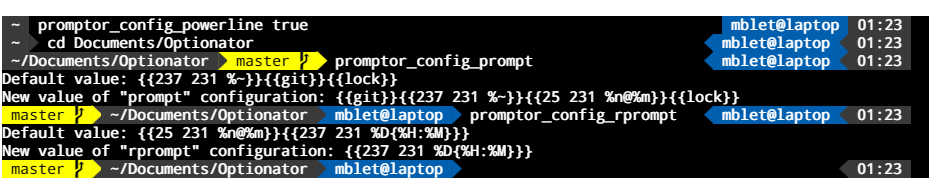
MickaelBlet/Promptor keeps this draw.io diagram as images/promptor.drawio.png. Above is the earlier version. Source tidied: cells renumbered, new cells last; positions are measured from the earlier drawing's top-left corner, leaving out a move shared by most shapes.
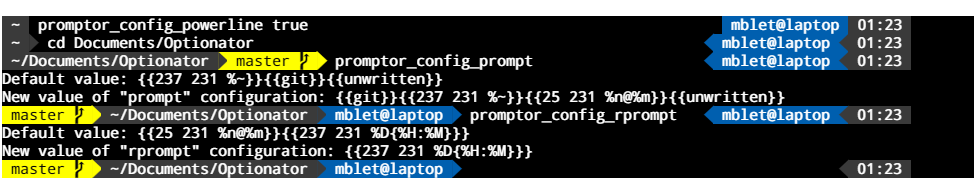
The same file after the commit.

Diff of the diagram source:
```diff
@@ -2,7 +2,7 @@
   <root>
     <mxCell id="0" />
     <mxCell id="1" parent="0" />
-    <mxCell id="2" value="&lt;pre style=&quot;font-size: 15px ; font-size: 15px ; font-family: &amp;#34;droid sans mono for powerline&amp;#34;&quot;&gt;&lt;div style=&quot;font-size: 15px ; background-color: rgb(0 , 0 , 0)&quot;&gt;&lt;div style=&quot;color: rgb(255 , 255 , 255)&quot;&gt;&lt;pre&gt;&lt;div style=&quot;color: rgb(255 , 255 , 255) ; background-color: rgb(0 , 0 , 0) ; font-family: &amp;#34;droid sans mono for powerline&amp;#34;&quot;&gt;&lt;pre&gt;&lt;div style=&quot;font-family: &amp;#34;droid sans mono for powerline&amp;#34;&quot;&gt;&lt;pre&gt;&lt;div style=&quot;color: rgb(255 , 255 , 255) ; background-color: rgb(0 , 0 , 0) ; font-family: &amp;#34;droid sans mono for powerline&amp;#34;&quot;&gt;&lt;pre&gt;&lt;div style=&quot;color: rgb(248 , 248  , 248) ; background-color: rgb(0 , 0 , 0) ; font-family: &amp;#34;droid sans mono for powerline&amp;#34;&quot;&gt;&lt;div&gt;&lt;span style=&quot;color: #ffffff ; background-color: #3a3a3a&quot;&gt; ~ &lt;/span&gt; promptor_config_powerline true                                              &lt;span style=&quot;color: #ffffff ; background-color: #005faf&quot;&gt; mblet@laptop &lt;/span&gt;&lt;span style=&quot;color: #ffffff ; background-color: #3a3a3a&quot;&gt; 01:23 &lt;/span&gt; &lt;/div&gt;&lt;div&gt;&lt;span style=&quot;color: #ffffff ; background-color: #3a3a3a&quot;&gt; ~ &lt;/span&gt;&lt;span style=&quot;color: #3a3a3a&quot;&gt;&lt;/span&gt; cd Documents/Optionator                                                  &lt;span style=&quot;color: #005faf&quot;&gt;&lt;/span&gt;&lt;span style=&quot;color: #ffffff ; background-color: #005faf&quot;&gt; mblet@laptop &lt;/span&gt;&lt;span style=&quot;color: #3a3a3a ; background-color: #005faf&quot;&gt;&lt;/span&gt;&lt;span style=&quot;color: #ffffff ; background-color: #3a3a3a&quot;&gt; 01:23 &lt;/span&gt; &lt;/div&gt;&lt;div&gt;&lt;span style=&quot;color: #ffffff ; background-color: #3a3a3a&quot;&gt; ~/Documents/Optionator &lt;/span&gt;&lt;span style=&quot;color: #3a3a3a ; background-color: #ffff00&quot;&gt;&lt;/span&gt;&lt;span style=&quot;color: #080808 ; background-color: #ffff00&quot;&gt; master  &lt;/span&gt;&lt;span style=&quot;color: #ffff00&quot;&gt;&lt;/span&gt; promptor_config_prompt                   &lt;span style=&quot;color: #005faf&quot;&gt;&lt;/span&gt;&lt;span style=&quot;color: #ffffff ; background-color: #005faf&quot;&gt; mblet@laptop &lt;/span&gt;&lt;span style=&quot;color: #3a3a3a ; background-color: #005faf&quot;&gt;&lt;/span&gt;&lt;span style=&quot;color: #ffffff ; background-color: #3a3a3a&quot;&gt; 01:23 &lt;/span&gt; &lt;/div&gt;&lt;div&gt;Default value: {{237 231 %~}}{{git}}{{lock}}                                                          &lt;/div&gt;&lt;div&gt;New value of &quot;prompt&quot; configuration: {{git}}{{237 231 %~}}{{25 231 %n@%m}}{{lock}}                     &lt;/div&gt;&lt;div&gt;&lt;span style=&quot;white-space: normal ; color: rgb(8 , 8 , 8) ; background-color: rgb(255 , 255 , 0)&quot;&gt;&amp;nbsp;master  &lt;/span&gt;&lt;span style=&quot;white-space: normal ; color: rgb(255 , 255 , 0) ; background-color: rgb(58 , 58 , 58)&quot;&gt;&lt;/span&gt;&lt;span style=&quot;white-space: normal ; color: rgb(255 , 255 , 255) ; background-color: rgb(58 , 58 , 58)&quot;&gt; ~/Documents/Optionator &lt;/span&gt;&lt;span style=&quot;white-space: normal ; color: rgb(58 , 58 , 58) ; background-color: rgb(0 , 95 , 175)&quot;&gt;&lt;/span&gt;&lt;span style=&quot;white-space: normal ; color: rgb(255 , 255 , 255) ; background-color: rgb(0 , 95 , 175)&quot;&gt; mblet@laptop &lt;/span&gt;&lt;span style=&quot;white-space: normal ; color: rgb(0 , 95 , 175)&quot;&gt;&lt;/span&gt;&lt;span style=&quot;white-space: normal&quot;&gt; promptor_config_rprompt&amp;nbsp; &amp;nbsp;&lt;/span&gt;&lt;span style=&quot;white-space: normal ; color: rgb(0 , 95 , 175)&quot;&gt;&lt;/span&gt;&lt;span style=&quot;white-space: normal ; color: rgb(255 , 255 , 255) ; background-color: rgb(0 , 95 , 175)&quot;&gt; mblet@laptop &lt;/span&gt;&lt;span style=&quot;white-space: normal ; color: rgb(58 , 58 , 58) ; background-color: rgb(0 , 95 , 175)&quot;&gt;&lt;/span&gt;&lt;span style=&quot;white-space: normal ; color: rgb(255 , 255 , 255) ; background-color: rgb(58 , 58 , 58)&quot;&gt;&amp;nbsp;01:23&amp;nbsp;&lt;/span&gt;&lt;span style=&quot;white-space: normal&quot;&gt;&lt;/span&gt;&lt;br&gt;&lt;/div&gt;&lt;div&gt;Default value: {{25 231 %n@%m}}{{237 231 %D{%H:%M}}}                                                  &lt;/div&gt;&lt;div&gt;New value of &quot;rprompt&quot; configuration: {{237 231 %D{%H:%M}}}                                           &lt;/div&gt;&lt;div&gt;&lt;span style=&quot;color: #080808 ; background-color: #ffff00&quot;&gt; master  &lt;/span&gt;&lt;span style=&quot;color: #ffff00 ; background-color: #3a3a3a&quot;&gt;&lt;/span&gt;&lt;span style=&quot;color: #ffffff ; background-color: #3a3a3a&quot;&gt; ~/Documents/Optionator &lt;/span&gt;&lt;span style=&quot;color: #3a3a3a ; background-color: #005faf&quot;&gt;&lt;/span&gt;&lt;span style=&quot;color: #ffffff ; background-color: #005faf&quot;&gt; mblet@laptop &lt;/span&gt;&lt;span style=&quot;color: #005faf&quot;&gt;&lt;/span&gt;                                          &lt;span style=&quot;color: #3a3a3a&quot;&gt;&lt;/span&gt;&lt;span style=&quot;color: #ffffff ; background-color: #3a3a3a&quot;&gt; 01:23 &lt;/span&gt; &lt;/div&gt;&lt;/div&gt;&lt;/pre&gt;&lt;/div&gt;&lt;/pre&gt;&lt;/div&gt;&lt;/pre&gt;&lt;/div&gt;&lt;/pre&gt;&lt;/div&gt;&lt;/div&gt;&lt;/pre&gt;" style="text;html=1;align=left;verticalAlign=middle;whiteSpace=wrap;rounded=0;fontFamily=Droid Sans Mono for Powerline;fontSize=15;" parent="1" vertex="1">
+    <mxCell id="2" value="&lt;pre style=&quot;font-size: 15px ; font-size: 15px ; font-family: &amp;#34;droid sans mono for powerline&amp;#34;&quot;&gt;&lt;div style=&quot;font-size: 15px ; background-color: rgb(0 , 0 , 0)&quot;&gt;&lt;div style=&quot;color: rgb(255 , 255 , 255)&quot;&gt;&lt;pre&gt;&lt;div style=&quot;color: rgb(255 , 255 , 255) ; background-color: rgb(0 , 0 , 0) ; font-family: &amp;#34;droid sans mono for powerline&amp;#34;&quot;&gt;&lt;pre&gt;&lt;div style=&quot;font-family: &amp;#34;droid sans mono for powerline&amp;#34;&quot;&gt;&lt;pre&gt;&lt;div style=&quot;color: rgb(255 , 255 , 255) ; background-color: rgb(0 , 0 , 0) ; font-family: &amp;#34;droid sans mono for powerline&amp;#34;&quot;&gt;&lt;pre&gt;&lt;div style=&quot;color: rgb(248 , 248  , 248) ; background-color: rgb(0 , 0 , 0) ; font-family: &amp;#34;droid sans mono for powerline&amp;#34;&quot;&gt;&lt;div&gt;&lt;span style=&quot;color: #ffffff ; background-color: #3a3a3a&quot;&gt; ~ &lt;/span&gt; promptor_config_powerline true                                              &lt;span style=&quot;color: #ffffff ; background-color: #005faf&quot;&gt; mblet@laptop &lt;/span&gt;&lt;span style=&quot;color: #ffffff ; background-color: #3a3a3a&quot;&gt; 01:23 &lt;/span&gt; &lt;/div&gt;&lt;div&gt;&lt;span style=&quot;color: #ffffff ; background-color: #3a3a3a&quot;&gt; ~ &lt;/span&gt;&lt;span style=&quot;color: #3a3a3a&quot;&gt;&lt;/span&gt; cd Documents/Optionator                                                  &lt;span style=&quot;color: #005faf&quot;&gt;&lt;/span&gt;&lt;span style=&quot;color: #ffffff ; background-color: #005faf&quot;&gt; mblet@laptop &lt;/span&gt;&lt;span style=&quot;color: #3a3a3a ; background-color: #005faf&quot;&gt;&lt;/span&gt;&lt;span style=&quot;color: #ffffff ; background-color: #3a3a3a&quot;&gt; 01:23 &lt;/span&gt; &lt;/div&gt;&lt;div&gt;&lt;span style=&quot;color: #ffffff ; background-color: #3a3a3a&quot;&gt; ~/Documents/Optionator &lt;/span&gt;&lt;span style=&quot;color: #3a3a3a ; background-color: #ffff00&quot;&gt;&lt;/span&gt;&lt;span style=&quot;color: #080808 ; background-color: #ffff00&quot;&gt; master  &lt;/span&gt;&lt;span style=&quot;color: #ffff00&quot;&gt;&lt;/span&gt; promptor_config_prompt                   &lt;span style=&quot;color: #005faf&quot;&gt;&lt;/span&gt;&lt;span style=&quot;color: #ffffff ; background-color: #005faf&quot;&gt; mblet@laptop &lt;/span&gt;&lt;span style=&quot;color: #3a3a3a ; background-color: #005faf&quot;&gt;&lt;/span&gt;&lt;span style=&quot;color: #ffffff ; background-color: #3a3a3a&quot;&gt; 01:23 &lt;/span&gt; &lt;/div&gt;&lt;div&gt;Default value: {{237 231 %~}}{{git}}{{unwritten}}                                                          &lt;/div&gt;&lt;div&gt;New value of &quot;prompt&quot; configuration: {{git}}{{237 231 %~}}{{25 231 %n@%m}}{{unwritten}}                     &lt;/div&gt;&lt;div&gt;&lt;span style=&quot;white-space: normal ; color: rgb(8 , 8 , 8) ; background-color: rgb(255 , 255 , 0)&quot;&gt;&amp;nbsp;master  &lt;/span&gt;&lt;span style=&quot;white-space: normal ; color: rgb(255 , 255 , 0) ; background-color: rgb(58 , 58 , 58)&quot;&gt;&lt;/span&gt;&lt;span style=&quot;white-space: normal ; color: rgb(255 , 255 , 255) ; background-color: rgb(58 , 58 , 58)&quot;&gt; ~/Documents/Optionator &lt;/span&gt;&lt;span style=&quot;white-space: normal ; color: rgb(58 , 58 , 58) ; background-color: rgb(0 , 95 , 175)&quot;&gt;&lt;/span&gt;&lt;span style=&quot;white-space: normal ; color: rgb(255 , 255 , 255) ; background-color: rgb(0 , 95 , 175)&quot;&gt; mblet@laptop &lt;/span&gt;&lt;span style=&quot;white-space: normal ; color: rgb(0 , 95 , 175)&quot;&gt;&lt;/span&gt;&lt;span style=&quot;white-space: normal&quot;&gt; promptor_config_rprompt&amp;nbsp; &amp;nbsp;&lt;/span&gt;&lt;span style=&quot;white-space: normal ; color: rgb(0 , 95 , 175)&quot;&gt;&lt;/span&gt;&lt;span style=&quot;white-space: normal ; color: rgb(255 , 255 , 255) ; background-color: rgb(0 , 95 , 175)&quot;&gt; mblet@laptop &lt;/span&gt;&lt;span style=&quot;white-space: normal ; color: rgb(58 , 58 , 58) ; background-color: rgb(0 , 95 , 175)&quot;&gt;&lt;/span&gt;&lt;span style=&quot;white-space: normal ; color: rgb(255 , 255 , 255) ; background-color: rgb(58 , 58 , 58)&quot;&gt;&amp;nbsp;01:23&amp;nbsp;&lt;/span&gt;&lt;span style=&quot;white-space: normal&quot;&gt;&lt;/span&gt;&lt;br&gt;&lt;/div&gt;&lt;div&gt;Default value: {{25 231 %n@%m}}{{237 231 %D{%H:%M}}}                                                  &lt;/div&gt;&lt;div&gt;New value of &quot;rprompt&quot; configuration: {{237 231 %D{%H:%M}}}                                           &lt;/div&gt;&lt;div&gt;&lt;span style=&quot;color: #080808 ; background-color: #ffff00&quot;&gt; master  &lt;/span&gt;&lt;span style=&quot;color: #ffff00 ; background-color: #3a3a3a&quot;&gt;&lt;/span&gt;&lt;span style=&quot;color: #ffffff ; background-color: #3a3a3a&quot;&gt; ~/Documents/Optionator &lt;/span&gt;&lt;span style=&quot;color: #3a3a3a ; background-color: #005faf&quot;&gt;&lt;/span&gt;&lt;span style=&quot;color: #ffffff ; background-color: #005faf&quot;&gt; mblet@laptop &lt;/span&gt;&lt;span style=&quot;color: #005faf&quot;&gt;&lt;/span&gt;                                          &lt;span style=&quot;color: #3a3a3a&quot;&gt;&lt;/span&gt;&lt;span style=&quot;color: #ffffff ; background-color: #3a3a3a&quot;&gt; 01:23 &lt;/span&gt; &lt;/div&gt;&lt;/div&gt;&lt;/pre&gt;&lt;/div&gt;&lt;/pre&gt;&lt;/div&gt;&lt;/pre&gt;&lt;/div&gt;&lt;/pre&gt;&lt;/div&gt;&lt;/div&gt;&lt;/pre&gt;" style="text;html=1;align=left;verticalAlign=middle;whiteSpace=wrap;rounded=0;fontFamily=Droid Sans Mono for Powerline;fontSize=15;" parent="1" vertex="1">
       <mxGeometry width="930" height="170" as="geometry" />
     </mxCell>
   </root>
```
